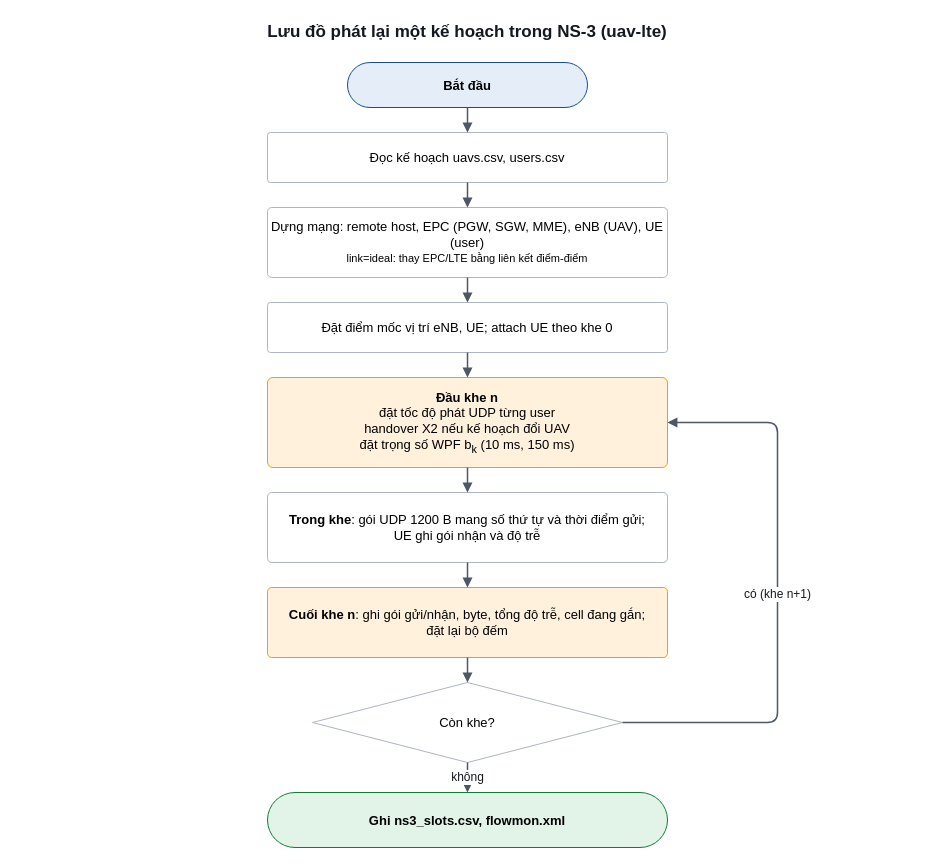
Earlier version of the draw.io diagram docs/figures/phat_lai_ns3.drawio (vietdai-bk/N44_2026_LTM_038_056). Source tidied: cells renumbered, new cells numbered last; positions are measured from the earlier drawing's top-left corner, leaving out a move shared by most shapes. Both pictures are drawn from the tidied source at 100%, with x=0, y=0 at pixel (17, 17).
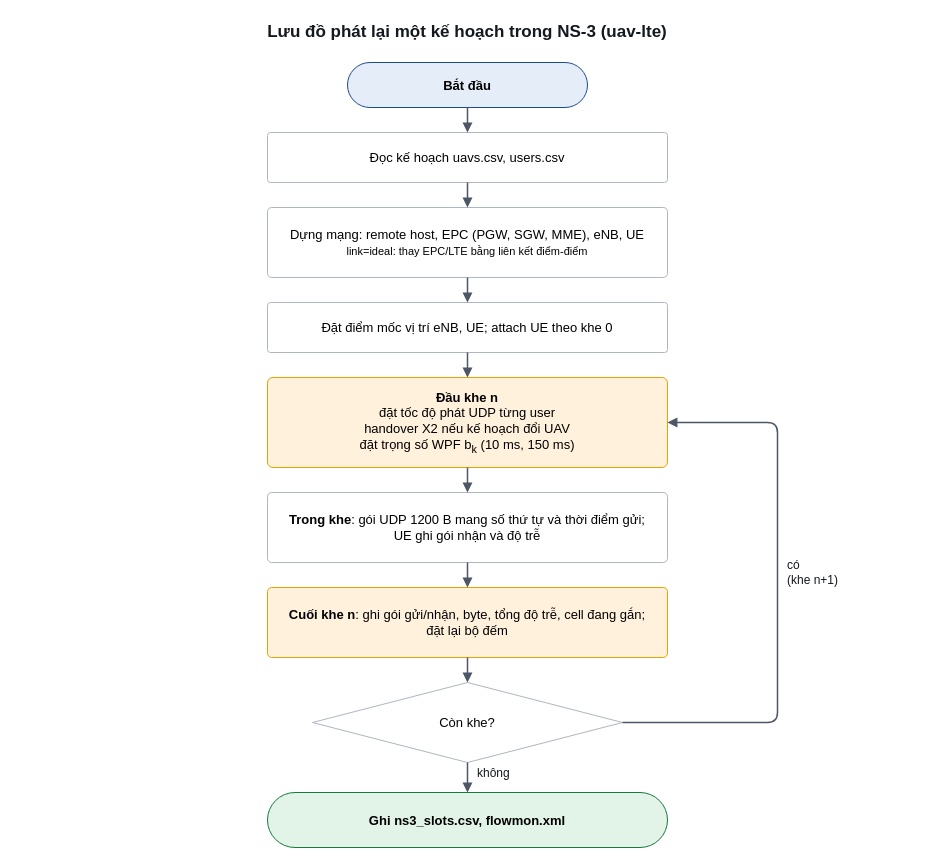
The same diagram, later.

Unchanged cells that the change refers to:
```xml
<mxCell id="7" value="&lt;b&gt;Đầu khe n&lt;/b&gt;&lt;br&gt;đặt tốc độ phát UDP từng user&lt;br&gt;handover X2 nếu kế hoạch đổi UAV&lt;br&gt;đặt trọng số WPF b&lt;sub&gt;k&lt;/sub&gt; (10 ms, 150 ms)" style="rounded=1;arcSize=6;whiteSpace=wrap;html=1;fillColor=#fff1dc;strokeColor=#eda100;fontFamily=Helvetica;fontSize=13;" parent="1" vertex="1">
  <mxGeometry x="250" y="360" width="400" height="90" as="geometry" />
</mxCell>
<mxCell id="10" value="Còn khe?" style="rhombus;whiteSpace=wrap;html=1;fillColor=#ffffff;strokeColor=#aeb6c2;fontFamily=Helvetica;fontSize=13;" parent="1" vertex="1">
  <mxGeometry x="295" y="665" width="310" height="80" as="geometry" />
</mxCell>
<mxCell id="11" value="Ghi ns3_slots.csv, flowmon.xml" style="rounded=1;arcSize=50;whiteSpace=wrap;html=1;fillColor=#e2f3e8;strokeColor=#157a3a;fontFamily=Helvetica;fontSize=13;fontStyle=1;" parent="1" vertex="1">
  <mxGeometry x="250" y="775" width="400" height="55" as="geometry" />
</mxCell>
```

The edit, as a diff of the source:
```diff
@@
-    <mxCell id="5" value="Dựng mạng: remote host, EPC (PGW, SGW, MME), eNB (UAV), UE (user)&lt;br&gt;&lt;font style='font-size:11px'&gt;link=ideal: thay EPC/LTE bằng liên kết điểm-điểm&lt;/font&gt;" style="rounded=1;arcSize=6;whiteSpace=wrap;html=1;fillColor=#ffffff;strokeColor=#aeb6c2;fontFamily=Helvetica;fontSize=13;" parent="1" vertex="1">
+    <mxCell id="5" value="Dựng mạng: remote host, EPC (PGW, SGW, MME), eNB, UE&lt;br&gt;&lt;font style='font-size:11px'&gt;link=ideal: thay EPC/LTE bằng liên kết điểm-điểm&lt;/font&gt;" style="rounded=1;arcSize=6;whiteSpace=wrap;html=1;fillColor=#ffffff;strokeColor=#aeb6c2;fontFamily=Helvetica;fontSize=13;" parent="1" vertex="1">
       <mxGeometry x="250" y="190" width="400" height="70" as="geometry" />
     </mxCell>
@@
-    <mxCell id="19" value="không" style="edgeStyle=orthogonalEdgeStyle;rounded=1;html=1;strokeColor=#4d5766;strokeWidth=1.5;endArrow=block;fontFamily=Helvetica;fontSize=12;fontColor=#14181f;labelBackgroundColor=#ffffff;" parent="1" edge="1" source="10" target="11">
+    <mxCell id="19" style="edgeStyle=orthogonalEdgeStyle;rounded=1;html=1;strokeColor=#4d5766;strokeWidth=1.5;endArrow=block;fontFamily=Helvetica;fontSize=12;fontColor=#14181f;labelBackgroundColor=#ffffff;" parent="1" edge="1" source="10" target="11">
       <mxGeometry relative="1" as="geometry" />
     </mxCell>
-    <mxCell id="20" value="có (khe n+1)" style="edgeStyle=orthogonalEdgeStyle;rounded=1;html=1;strokeColor=#4d5766;strokeWidth=1.5;endArrow=block;fontFamily=Helvetica;fontSize=12;fontColor=#14181f;labelBackgroundColor=#ffffff;exitX=1;exitY=0.5;exitDx=0;exitDy=0;entryX=1;entryY=0.5;entryDx=0;entryDy=0;" parent="1" edge="1" source="10" target="7">
-      <mxGeometry relative="1" as="geometry">
-        <Array as="points">
-          <mxPoint x="760" y="705" />
-          <mxPoint x="760" y="405" />
-        </Array>
-      </mxGeometry>
+    <mxCell id="20" value="không" style="text;align=left;verticalAlign=middle;whiteSpace=wrap;html=1;fillColor=none;strokeColor=none;fontFamily=Helvetica;fontSize=12;fontColor=#14181f;" parent="1" vertex="1">
+      <mxGeometry x="458" y="747" width="55" height="18" as="geometry" />
     </mxCell>
+    <mxCell id="21" style="edgeStyle=orthogonalEdgeStyle;rounded=1;html=1;strokeColor=#4d5766;strokeWidth=1.5;endArrow=block;fontFamily=Helvetica;fontSize=12;fontColor=#14181f;labelBackgroundColor=#ffffff;exitX=1;exitY=0.5;exitDx=0;exitDy=0;entryX=1;entryY=0.5;entryDx=0;entryDy=0;" parent="1" edge="1" source="10" target="7">
+      <mxGeometry relative="1" as="geometry">
+        <Array as="points">
+          <mxPoint x="760" y="705" />
+          <mxPoint x="760" y="405" />
+        </Array>
+      </mxGeometry>
+    </mxCell>
+    <mxCell id="22" value="có&lt;br&gt;(khe n+1)" style="text;align=left;verticalAlign=middle;whiteSpace=wrap;html=1;fillColor=none;strokeColor=none;fontFamily=Helvetica;fontSize=12;fontColor=#14181f;" parent="1" vertex="1">
+      <mxGeometry x="768" y="537" width="100" height="36" as="geometry" />
+    </mxCell>
```
